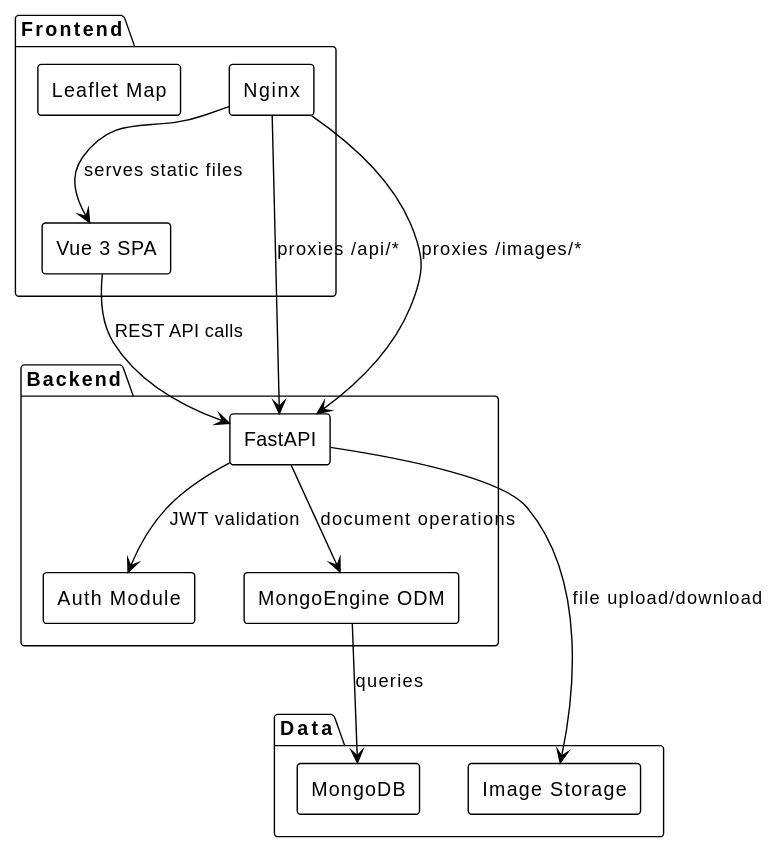
The PlantUML diagram docs/diagrams/architecture.svg in HEIG-RESONATE/resonate2, before a commit. Its diagram source:
```plantuml
@startuml
!theme plain
skinparam componentStyle rectangle
skinparam defaultFontName "Arial"

package "Frontend" {
  [Vue 3 SPA] as [Vue]
  [Leaflet Map] as [Map]
  [Nginx] as [Nginx]
}

package "Backend" {
  [FastAPI] as [API]
  [Auth Module] as [Auth]
  [MongoEngine ODM] as [ODM]
}

package "Data" {
  database "MongoDB" as [Mongo]
  storage "Image Storage" as [Images]
}

[Nginx] --> [Vue] : serves static files
[Nginx] --> [API] : proxies /api/*
[Nginx] --> [API] : proxies /images/*
[Vue] --> [API] : REST API calls
[API] --> [Auth] : JWT validation
[API] --> [ODM] : document operations
[ODM] --> [Mongo] : queries
[API] --> [Images] : file upload/download
@enduml
```
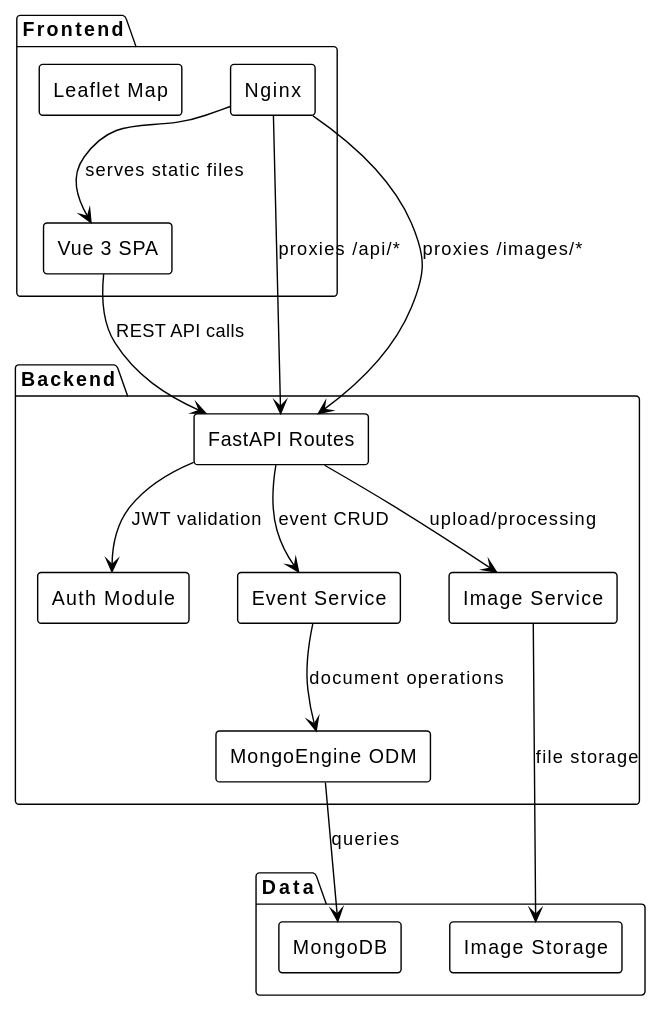
The same diagram one commit later.

Change to the diagram source:
```diff
@@ -10,8 +10,10 @@
 }
 
 package "Backend" {
-  [FastAPI] as [API]
+  [FastAPI Routes] as [API]
   [Auth Module] as [Auth]
+  [Event Service] as [EventService]
+  [Image Service] as [ImageService]
   [MongoEngine ODM] as [ODM]
 }
 
@@ -25,7 +27,9 @@
 [Nginx] --> [API] : proxies /images/*
 [Vue] --> [API] : REST API calls
 [API] --> [Auth] : JWT validation
-[API] --> [ODM] : document operations
+[API] --> [EventService] : event CRUD
+[API] --> [ImageService] : upload/processing
+[EventService] --> [ODM] : document operations
+[ImageService] --> [Images] : file storage
 [ODM] --> [Mongo] : queries
-[API] --> [Images] : file upload/download
 @enduml
```
